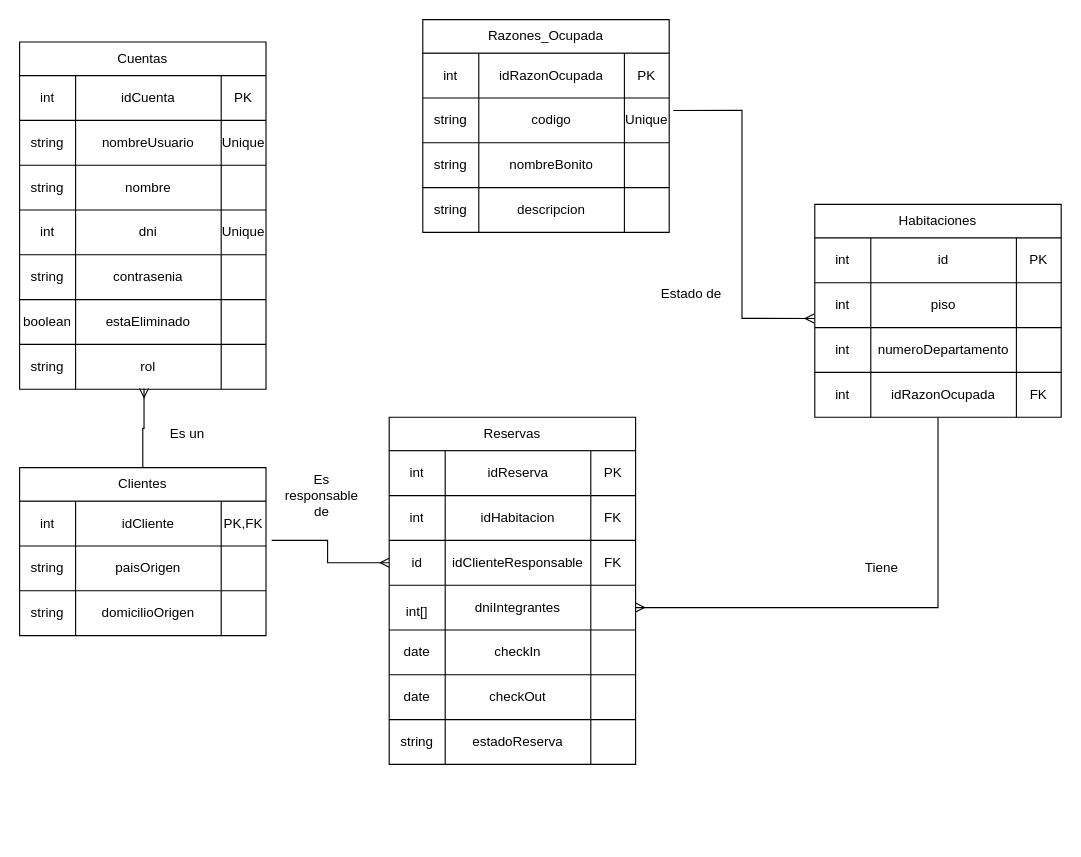
Above: HOTEL DER.drawio in Lucas-Lanari/TPfinalSistemaDeHotel (draw.io), before the change. Source tidied: cells renumbered, new cells numbered last; positions are measured from the earlier drawing's top-left corner, leaving out a move shared by most shapes. Both pictures are drawn from the tidied source at 112%, with x=0, y=0 at pixel (19, 19).
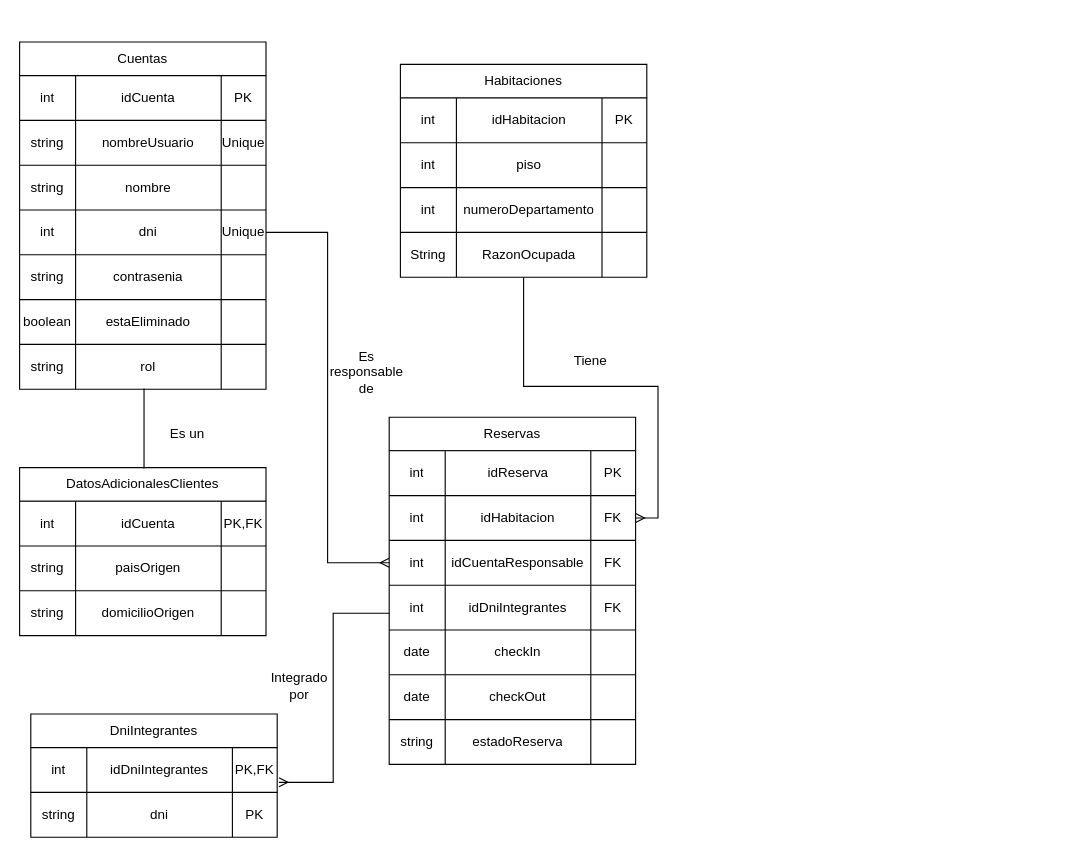
The same page after the edit.

Commit message (it also covers changes not shown here):
Actualización del DER

Eliminado Razon_Ocupada como tabla porque es un ENUM y no va en la base de datos.
Eliminado el enlace entre Clientes y Reservas y readaptado a Cuentas.
Corregido el error de dniIntegrantes y creada la tabla que requería originalmente.

The change refers to these unchanged cells:
```xml
<mxCell id="16" style="shape=tableRow;horizontal=0;startSize=0;swimlaneHead=0;swimlaneBody=0;strokeColor=inherit;top=0;left=0;bottom=0;right=0;fillColor=none;points=[[0,0.5],[1,0.5]];portConstraint=eastwest;fixedHeader=1;" parent="3" vertex="1">
  <mxGeometry y="120" width="220" height="40" as="geometry" />
</mxCell>
<mxCell id="28" style="shape=tableRow;horizontal=0;startSize=0;swimlaneHead=0;swimlaneBody=0;strokeColor=inherit;top=0;left=0;bottom=0;right=0;fillColor=none;points=[[0,0.5],[1,0.5]];portConstraint=eastwest;fixedHeader=1;" parent="3" vertex="1">
  <mxGeometry y="240" width="220" height="40" as="geometry" />
</mxCell>
<mxCell id="35" style="shape=tableRow;horizontal=0;startSize=0;swimlaneHead=0;swimlaneBody=0;strokeColor=inherit;top=0;left=0;bottom=0;right=0;fillColor=none;points=[[0,0.5],[1,0.5]];portConstraint=eastwest;fixedHeader=1;" parent="34" vertex="1">
  <mxGeometry width="220" height="40" as="geometry" />
</mxCell>
<mxCell id="54" style="shape=tableRow;horizontal=0;startSize=0;swimlaneHead=0;swimlaneBody=0;strokeColor=inherit;top=0;left=0;bottom=0;right=0;fillColor=none;points=[[0,0.5],[1,0.5]];portConstraint=eastwest;fixedHeader=1;" parent="49" vertex="1">
  <mxGeometry y="40" width="220" height="40" as="geometry" />
</mxCell>
<mxCell id="58" style="shape=tableRow;horizontal=0;startSize=0;swimlaneHead=0;swimlaneBody=0;strokeColor=inherit;top=0;left=0;bottom=0;right=0;fillColor=none;points=[[0,0.5],[1,0.5]];portConstraint=eastwest;fixedHeader=1;" parent="49" vertex="1">
  <mxGeometry y="80" width="220" height="40" as="geometry" />
</mxCell>
<mxCell id="62" style="shape=tableRow;horizontal=0;startSize=0;swimlaneHead=0;swimlaneBody=0;strokeColor=inherit;top=0;left=0;bottom=0;right=0;fillColor=none;points=[[0,0.5],[1,0.5]];portConstraint=eastwest;fixedHeader=1;" parent="49" vertex="1">
  <mxGeometry y="120" width="220" height="40" as="geometry" />
</mxCell>
<mxCell id="99" style="shape=tableRow;horizontal=0;startSize=0;swimlaneHead=0;swimlaneBody=0;strokeColor=inherit;top=0;left=0;bottom=0;right=0;fillColor=none;fixedHeader=1;" parent="98" vertex="1">
  <mxGeometry width="220" height="40" as="geometry" />
</mxCell>
<mxCell id="103" style="shape=tableRow;horizontal=0;startSize=0;swimlaneHead=0;swimlaneBody=0;strokeColor=inherit;top=0;left=0;bottom=0;right=0;fillColor=none;points=[[0,0.5],[1,0.5]];portConstraint=eastwest;fixedHeader=1;" parent="98" vertex="1">
  <mxGeometry y="40" width="220" height="40" as="geometry" />
</mxCell>
<mxCell id="111" style="shape=tableRow;horizontal=0;startSize=0;swimlaneHead=0;swimlaneBody=0;strokeColor=inherit;top=0;left=0;bottom=0;right=0;fillColor=none;fixedHeader=1;" parent="98" vertex="1">
  <mxGeometry y="120" width="220" height="40" as="geometry" />
</mxCell>
```

What changed in the source:
```diff
@@
-    <mxCell id="32" style="edgeStyle=orthogonalEdgeStyle;rounded=0;jettySize=auto;html=1;exitX=1.023;exitY=0.875;exitDx=0;exitDy=0;entryX=0;entryY=0.5;entryDx=0;entryDy=0;endArrow=ERmany;endFill=0;exitPerimeter=0;" parent="1" edge="1" source="35" target="58">
-      <mxGeometry relative="1" as="geometry" />
+    <mxCell id="32" style="edgeStyle=orthogonalEdgeStyle;rounded=0;jettySize=auto;html=1;exitX=1;exitY=0.5;exitDx=0;exitDy=0;entryX=0;entryY=0.5;entryDx=0;entryDy=0;endArrow=ERmany;endFill=0;" parent="1" edge="1" source="16" target="58">
+      <mxGeometry x="0.69" relative="1" as="geometry" />
     </mxCell>
-    <mxCell id="33" value="Clientes" style="swimlane;fontStyle=0;horizontal=1;startSize=30;whiteSpace=wrap;html=1;" parent="1" vertex="1">
+    <mxCell id="33" value="DatosAdicionalesClientes" style="swimlane;fontStyle=0;horizontal=1;startSize=30;whiteSpace=wrap;html=1;" parent="1" vertex="1">
       <mxGeometry y="400" width="220" height="30" as="geometry" />
     </mxCell>
@@
-    <mxCell id="37" value="idCliente" style="shape=partialRectangle;html=1;whiteSpace=wrap;strokeColor=inherit;overflow=hidden;fillColor=none;top=0;left=0;bottom=0;right=0;" parent="35" vertex="1">
+    <mxCell id="37" value="idCuenta" style="shape=partialRectangle;html=1;whiteSpace=wrap;strokeColor=inherit;overflow=hidden;fillColor=none;top=0;left=0;bottom=0;right=0;" parent="35" vertex="1">
       <mxGeometry x="50" width="130" height="40" as="geometry" />
     </mxCell>
@@
-    <mxCell id="47" style="edgeStyle=orthogonalEdgeStyle;rounded=0;jettySize=auto;html=1;exitX=0.5;exitY=0;exitDx=0;exitDy=0;entryX=0.505;entryY=0.987;entryDx=0;entryDy=0;entryPerimeter=0;endArrow=ERmany;endFill=0;startArrow=none;startFill=0;" parent="1" edge="1" source="33" target="28">
-      <mxGeometry relative="1" as="geometry" />
+    <mxCell id="47" style="edgeStyle=orthogonalEdgeStyle;rounded=0;jettySize=auto;html=1;exitX=0.5;exitY=0;exitDx=0;exitDy=0;entryX=0.505;entryY=0.987;entryDx=0;entryDy=0;entryPerimeter=0;endArrow=none;endFill=0;startArrow=none;startFill=0;" parent="1" edge="1" source="33" target="28">
+      <mxGeometry x="0.01" relative="1" as="geometry">
+        <Array as="points">
+          <mxPoint x="111.1" y="400" />
+        </Array>
+      </mxGeometry>
     </mxCell>
@@
-    <mxCell id="59" value="id" style="shape=partialRectangle;html=1;whiteSpace=wrap;strokeColor=inherit;overflow=hidden;fillColor=none;top=0;left=0;bottom=0;right=0;" parent="58" vertex="1">
+    <mxCell id="59" value="int" style="shape=partialRectangle;html=1;whiteSpace=wrap;strokeColor=inherit;overflow=hidden;fillColor=none;top=0;left=0;bottom=0;right=0;" parent="58" vertex="1">
       <mxGeometry width="50" height="40" as="geometry" />
     </mxCell>
-    <mxCell id="60" value="idClienteResponsable" style="shape=partialRectangle;html=1;whiteSpace=wrap;strokeColor=inherit;overflow=hidden;fillColor=none;top=0;left=0;bottom=0;right=0;" parent="58" vertex="1">
+    <mxCell id="60" value="idCuentaResponsable" style="shape=partialRectangle;html=1;whiteSpace=wrap;strokeColor=inherit;overflow=hidden;fillColor=none;top=0;left=0;bottom=0;right=0;" parent="58" vertex="1">
       <mxGeometry x="50" width="130" height="40" as="geometry" />
     </mxCell>
@@
-    <mxCell id="63" value="&#10;int[] &#10;&#10;" style="shape=partialRectangle;html=1;whiteSpace=wrap;strokeColor=inherit;overflow=hidden;fillColor=none;top=0;left=0;bottom=0;right=0;" parent="62" vertex="1">
+    <mxCell id="63" value="int" style="shape=partialRectangle;html=1;whiteSpace=wrap;strokeColor=inherit;overflow=hidden;fillColor=none;top=0;left=0;bottom=0;right=0;" parent="62" vertex="1">
       <mxGeometry width="50" height="40" as="geometry" />
     </mxCell>
-    <mxCell id="64" value="dniIntegrantes" style="shape=partialRectangle;html=1;whiteSpace=wrap;strokeColor=inherit;overflow=hidden;fillColor=none;top=0;left=0;bottom=0;right=0;" parent="62" vertex="1">
+    <mxCell id="64" value="idDniIntegrantes" style="shape=partialRectangle;html=1;whiteSpace=wrap;strokeColor=inherit;overflow=hidden;fillColor=none;top=0;left=0;bottom=0;right=0;" parent="62" vertex="1">
       <mxGeometry x="50" width="130" height="40" as="geometry" />
     </mxCell>
-    <mxCell id="65" style="shape=partialRectangle;html=1;whiteSpace=wrap;strokeColor=inherit;overflow=hidden;fillColor=none;top=0;left=0;bottom=0;right=0;" parent="62" vertex="1">
+    <mxCell id="65" value="FK" style="shape=partialRectangle;html=1;whiteSpace=wrap;strokeColor=inherit;overflow=hidden;fillColor=none;top=0;left=0;bottom=0;right=0;" parent="62" vertex="1">
       <mxGeometry x="180" width="40" height="40" as="geometry" />
     </mxCell>
@@
-    <mxCell id="78" value="Razones_Ocupada" style="swimlane;fontStyle=0;horizontal=1;startSize=30;whiteSpace=wrap;html=1;" parent="1" vertex="1">
-      <mxGeometry x="360" width="220" height="30" as="geometry" />
-    </mxCell>
-    <mxCell id="79" style="shape=table;startSize=0;childLayout=tableLayout;fixedHeader=1;" parent="1" vertex="1">
-      <mxGeometry x="360" y="30" width="220" height="160" as="geometry" />
-    </mxCell>
-    <mxCell id="80" style="shape=tableRow;horizontal=0;startSize=0;swimlaneHead=0;swimlaneBody=0;strokeColor=inherit;top=0;left=0;bottom=0;right=0;fillColor=none;points=[[0,0.5],[1,0.5]];portConstraint=eastwest;fixedHeader=1;" parent="79" vertex="1">
-      <mxGeometry width="220" height="40" as="geometry" />
-    </mxCell>
-    <mxCell id="81" value="int" style="shape=partialRectangle;html=1;whiteSpace=wrap;strokeColor=inherit;overflow=hidden;fillColor=none;top=0;left=0;bottom=0;right=0;" parent="80" vertex="1">
-      <mxGeometry width="50" height="40" as="geometry" />
-    </mxCell>
-    <mxCell id="82" value="idRazonOcupada" style="shape=partialRectangle;html=1;whiteSpace=wrap;strokeColor=inherit;overflow=hidden;fillColor=none;top=0;left=0;bottom=0;right=0;" parent="80" vertex="1">
-      <mxGeometry x="50" width="130" height="40" as="geometry" />
-    </mxCell>
-    <mxCell id="83" value="PK" style="shape=partialRectangle;html=1;whiteSpace=wrap;strokeColor=inherit;overflow=hidden;fillColor=none;top=0;left=0;bottom=0;right=0;" parent="80" vertex="1">
-      <mxGeometry x="180" width="40" height="40" as="geometry" />
-    </mxCell>
-    <mxCell id="84" style="shape=tableRow;horizontal=0;startSize=0;swimlaneHead=0;swimlaneBody=0;strokeColor=inherit;top=0;left=0;bottom=0;right=0;fillColor=none;points=[[0,0.5],[1,0.5]];portConstraint=eastwest;fixedHeader=1;" parent="79" vertex="1">
-      <mxGeometry y="40" width="220" height="40" as="geometry" />
-    </mxCell>
-    <mxCell id="85" value="string" style="shape=partialRectangle;html=1;whiteSpace=wrap;strokeColor=inherit;overflow=hidden;fillColor=none;top=0;left=0;bottom=0;right=0;" parent="84" vertex="1">
-      <mxGeometry width="50" height="40" as="geometry" />
-    </mxCell>
-    <mxCell id="86" value="codigo" style="shape=partialRectangle;html=1;whiteSpace=wrap;strokeColor=inherit;overflow=hidden;fillColor=none;top=0;left=0;bottom=0;right=0;" parent="84" vertex="1">
-      <mxGeometry x="50" width="130" height="40" as="geometry" />
-    </mxCell>
-    <mxCell id="87" value="Unique" style="shape=partialRectangle;html=1;whiteSpace=wrap;strokeColor=inherit;overflow=hidden;fillColor=none;top=0;left=0;bottom=0;right=0;" parent="84" vertex="1">
-      <mxGeometry x="180" width="40" height="40" as="geometry" />
-    </mxCell>
-    <mxCell id="88" style="shape=tableRow;horizontal=0;startSize=0;swimlaneHead=0;swimlaneBody=0;strokeColor=inherit;top=0;left=0;bottom=0;right=0;fillColor=none;fixedHeader=1;" parent="79" vertex="1">
-      <mxGeometry y="80" width="220" height="40" as="geometry" />
-    </mxCell>
-    <mxCell id="89" value="string" style="shape=partialRectangle;html=1;whiteSpace=wrap;strokeColor=inherit;overflow=hidden;fillColor=none;top=0;left=0;bottom=0;right=0;" parent="88" vertex="1">
-      <mxGeometry width="50" height="40" as="geometry" />
-    </mxCell>
-    <mxCell id="90" value="nombreBonito" style="shape=partialRectangle;html=1;whiteSpace=wrap;strokeColor=inherit;overflow=hidden;fillColor=none;top=0;left=0;bottom=0;right=0;" parent="88" vertex="1">
-      <mxGeometry x="50" width="130" height="40" as="geometry" />
-    </mxCell>
-    <mxCell id="91" style="shape=partialRectangle;html=1;whiteSpace=wrap;strokeColor=inherit;overflow=hidden;fillColor=none;top=0;left=0;bottom=0;right=0;" parent="88" vertex="1">
-      <mxGeometry x="180" width="40" height="40" as="geometry" />
-    </mxCell>
-    <mxCell id="92" style="shape=tableRow;horizontal=0;startSize=0;swimlaneHead=0;swimlaneBody=0;strokeColor=inherit;top=0;left=0;bottom=0;right=0;fillColor=none;fixedHeader=1;" parent="79" vertex="1">
-      <mxGeometry y="120" width="220" height="40" as="geometry" />
-    </mxCell>
-    <mxCell id="93" value="string" style="shape=partialRectangle;html=1;whiteSpace=wrap;strokeColor=inherit;overflow=hidden;fillColor=none;top=0;left=0;bottom=0;right=0;" parent="92" vertex="1">
-      <mxGeometry width="50" height="40" as="geometry" />
-    </mxCell>
-    <mxCell id="94" value="descripcion" style="shape=partialRectangle;html=1;whiteSpace=wrap;strokeColor=inherit;overflow=hidden;fillColor=none;top=0;left=0;bottom=0;right=0;" parent="92" vertex="1">
-      <mxGeometry x="50" width="130" height="40" as="geometry" />
-    </mxCell>
-    <mxCell id="95" style="shape=partialRectangle;html=1;whiteSpace=wrap;strokeColor=inherit;overflow=hidden;fillColor=none;top=0;left=0;bottom=0;right=0;" parent="92" vertex="1">
-      <mxGeometry x="180" width="40" height="40" as="geometry" />
-    </mxCell>
     <mxCell id="96" value="Habitaciones" style="swimlane;fontStyle=0;horizontal=1;startSize=30;whiteSpace=wrap;html=1;" parent="1" vertex="1">
-      <mxGeometry x="710" y="165" width="220" height="30" as="geometry" />
+      <mxGeometry x="340" y="40" width="220" height="30" as="geometry" />
     </mxCell>
-    <mxCell id="97" style="edgeStyle=orthogonalEdgeStyle;rounded=0;jettySize=auto;html=1;exitX=0.5;exitY=1;exitDx=0;exitDy=0;entryX=1;entryY=0.5;entryDx=0;entryDy=0;endArrow=ERmany;endFill=0;" parent="1" edge="1" source="98" target="62">
+    <mxCell id="97" style="edgeStyle=orthogonalEdgeStyle;rounded=0;jettySize=auto;html=1;exitX=0.5;exitY=1;exitDx=0;exitDy=0;entryX=1;entryY=0.5;entryDx=0;entryDy=0;endArrow=ERmany;endFill=0;" parent="1" edge="1" source="98" target="54">
       <mxGeometry relative="1" as="geometry" />
     </mxCell>
     <mxCell id="98" style="shape=table;startSize=0;childLayout=tableLayout;fixedHeader=1;" parent="1" vertex="1">
-      <mxGeometry x="710" y="195" width="220" height="160" as="geometry" />
+      <mxGeometry x="340" y="70" width="220" height="160" as="geometry" />
     </mxCell>
@@
-    <mxCell id="101" value="id" style="shape=partialRectangle;html=1;whiteSpace=wrap;strokeColor=inherit;overflow=hidden;fillColor=none;top=0;left=0;bottom=0;right=0;" parent="99" vertex="1">
+    <mxCell id="101" value="idHabitacion" style="shape=partialRectangle;html=1;whiteSpace=wrap;strokeColor=inherit;overflow=hidden;fillColor=none;top=0;left=0;bottom=0;right=0;" parent="99" vertex="1">
       <mxGeometry x="50" width="130" height="40" as="geometry" />
     </mxCell>
@@
-    <mxCell id="112" value="int" style="shape=partialRectangle;html=1;whiteSpace=wrap;strokeColor=inherit;overflow=hidden;fillColor=none;top=0;left=0;bottom=0;right=0;" parent="111" vertex="1">
+    <mxCell id="112" value="String" style="shape=partialRectangle;html=1;whiteSpace=wrap;strokeColor=inherit;overflow=hidden;fillColor=none;top=0;left=0;bottom=0;right=0;" parent="111" vertex="1">
       <mxGeometry width="50" height="40" as="geometry" />
     </mxCell>
-    <mxCell id="113" value="idRazonOcupada" style="shape=partialRectangle;html=1;whiteSpace=wrap;strokeColor=inherit;overflow=hidden;fillColor=none;top=0;left=0;bottom=0;right=0;" parent="111" vertex="1">
+    <mxCell id="113" value="RazonOcupada" style="shape=partialRectangle;html=1;whiteSpace=wrap;strokeColor=inherit;overflow=hidden;fillColor=none;top=0;left=0;bottom=0;right=0;" parent="111" vertex="1">
       <mxGeometry x="50" width="130" height="40" as="geometry" />
     </mxCell>
-    <mxCell id="114" value="FK" style="shape=partialRectangle;html=1;whiteSpace=wrap;strokeColor=inherit;overflow=hidden;fillColor=none;top=0;left=0;bottom=0;right=0;" parent="111" vertex="1">
+    <mxCell id="114" style="shape=partialRectangle;html=1;whiteSpace=wrap;strokeColor=inherit;overflow=hidden;fillColor=none;top=0;left=0;bottom=0;right=0;" parent="111" vertex="1">
       <mxGeometry x="180" width="40" height="40" as="geometry" />
     </mxCell>
-    <mxCell id="115" style="edgeStyle=orthogonalEdgeStyle;rounded=0;jettySize=auto;html=1;exitX=1.016;exitY=0.278;exitDx=0;exitDy=0;entryX=-0.003;entryY=0.796;entryDx=0;entryDy=0;entryPerimeter=0;exitPerimeter=0;endArrow=ERmany;endFill=0;" parent="1" edge="1" source="84" target="103">
-      <mxGeometry relative="1" as="geometry" />
-    </mxCell>
@@
     <mxCell id="117" value="Es responsable de" style="text;html=1;whiteSpace=wrap;strokeColor=none;fillColor=none;align=center;verticalAlign=middle;rounded=0;" parent="1" vertex="1">
-      <mxGeometry x="240" y="410" width="60" height="30" as="geometry" />
+      <mxGeometry x="280" y="300" width="60" height="30" as="geometry" />
     </mxCell>
     <mxCell id="118" value="Tiene" style="text;html=1;whiteSpace=wrap;strokeColor=none;fillColor=none;align=center;verticalAlign=middle;rounded=0;" parent="1" vertex="1">
-      <mxGeometry x="740" y="475" width="60" height="30" as="geometry" />
+      <mxGeometry x="480" y="290" width="60" height="30" as="geometry" />
     </mxCell>
-    <mxCell id="119" value="Estado de" style="text;html=1;whiteSpace=wrap;strokeColor=none;fillColor=none;align=center;verticalAlign=middle;rounded=0;" parent="1" vertex="1">
-      <mxGeometry x="570" y="230" width="60" height="30" as="geometry" />
-    </mxCell>
+    <mxCell id="120" style="edgeStyle=orthogonalEdgeStyle;rounded=0;jettySize=auto;html=1;defaultLabelBackgroundColor=page;endArrow=ERmany;endFill=0;entryX=1.007;entryY=0.775;entryDx=0;entryDy=0;entryPerimeter=0;" parent="1" edge="1" source="62" target="80">
+      <mxGeometry x="-0.01" relative="1" as="geometry">
+        <Array as="points">
+          <mxPoint x="280" y="530" />
+          <mxPoint x="280" y="681" />
+        </Array>
+      </mxGeometry>
+    </mxCell>
+    <mxCell id="121" value="DniIntegrantes" style="swimlane;fontStyle=0;horizontal=1;startSize=30;whiteSpace=wrap;html=1;" parent="1" vertex="1">
+      <mxGeometry x="10" y="620" width="220" height="30" as="geometry" />
+    </mxCell>
+    <mxCell id="122" style="shape=table;startSize=0;childLayout=tableLayout;fixedHeader=1;" parent="1" vertex="1">
+      <mxGeometry x="10" y="650" width="220" height="80" as="geometry" />
+    </mxCell>
+    <mxCell id="80" style="shape=tableRow;horizontal=0;startSize=0;swimlaneHead=0;swimlaneBody=0;strokeColor=inherit;top=0;left=0;bottom=0;right=0;fillColor=none;points=[[0,0.5],[1,0.5]];portConstraint=eastwest;fixedHeader=1;" parent="122" vertex="1">
+      <mxGeometry width="220" height="40" as="geometry" />
+    </mxCell>
+    <mxCell id="81" value="int" style="shape=partialRectangle;html=1;whiteSpace=wrap;strokeColor=inherit;overflow=hidden;fillColor=none;top=0;left=0;bottom=0;right=0;" parent="80" vertex="1">
+      <mxGeometry width="50" height="40" as="geometry" />
+    </mxCell>
+    <mxCell id="123" value="idDniIntegrantes" style="shape=partialRectangle;html=1;whiteSpace=wrap;strokeColor=inherit;overflow=hidden;fillColor=none;top=0;left=0;bottom=0;right=0;" parent="80" vertex="1">
+      <mxGeometry x="50" width="130" height="40" as="geometry" />
+    </mxCell>
+    <mxCell id="124" value="PK,FK" style="shape=partialRectangle;html=1;whiteSpace=wrap;strokeColor=inherit;overflow=hidden;fillColor=none;top=0;left=0;bottom=0;right=0;" parent="80" vertex="1">
+      <mxGeometry x="180" width="40" height="40" as="geometry" />
+    </mxCell>
+    <mxCell id="84" style="shape=tableRow;horizontal=0;startSize=0;swimlaneHead=0;swimlaneBody=0;strokeColor=inherit;top=0;left=0;bottom=0;right=0;fillColor=none;points=[[0,0.5],[1,0.5]];portConstraint=eastwest;fixedHeader=1;" parent="122" vertex="1">
+      <mxGeometry y="40" width="220" height="40" as="geometry" />
+    </mxCell>
+    <mxCell id="125" value="string" style="shape=partialRectangle;html=1;whiteSpace=wrap;strokeColor=inherit;overflow=hidden;fillColor=none;top=0;left=0;bottom=0;right=0;" parent="84" vertex="1">
+      <mxGeometry width="50" height="40" as="geometry" />
+    </mxCell>
+    <mxCell id="126" value="dni" style="shape=partialRectangle;html=1;whiteSpace=wrap;strokeColor=inherit;overflow=hidden;fillColor=none;top=0;left=0;bottom=0;right=0;" parent="84" vertex="1">
+      <mxGeometry x="50" width="130" height="40" as="geometry" />
+    </mxCell>
+    <mxCell id="83" value="PK" style="shape=partialRectangle;html=1;whiteSpace=wrap;strokeColor=inherit;overflow=hidden;fillColor=none;top=0;left=0;bottom=0;right=0;" parent="84" vertex="1">
+      <mxGeometry x="180" width="40" height="40" as="geometry" />
+    </mxCell>
+    <mxCell id="127" value="Integrado por" style="text;html=1;whiteSpace=wrap;strokeColor=none;fillColor=none;align=center;verticalAlign=middle;rounded=0;" parent="1" vertex="1">
+      <mxGeometry x="220" y="580" width="60" height="30" as="geometry" />
+    </mxCell>
```
